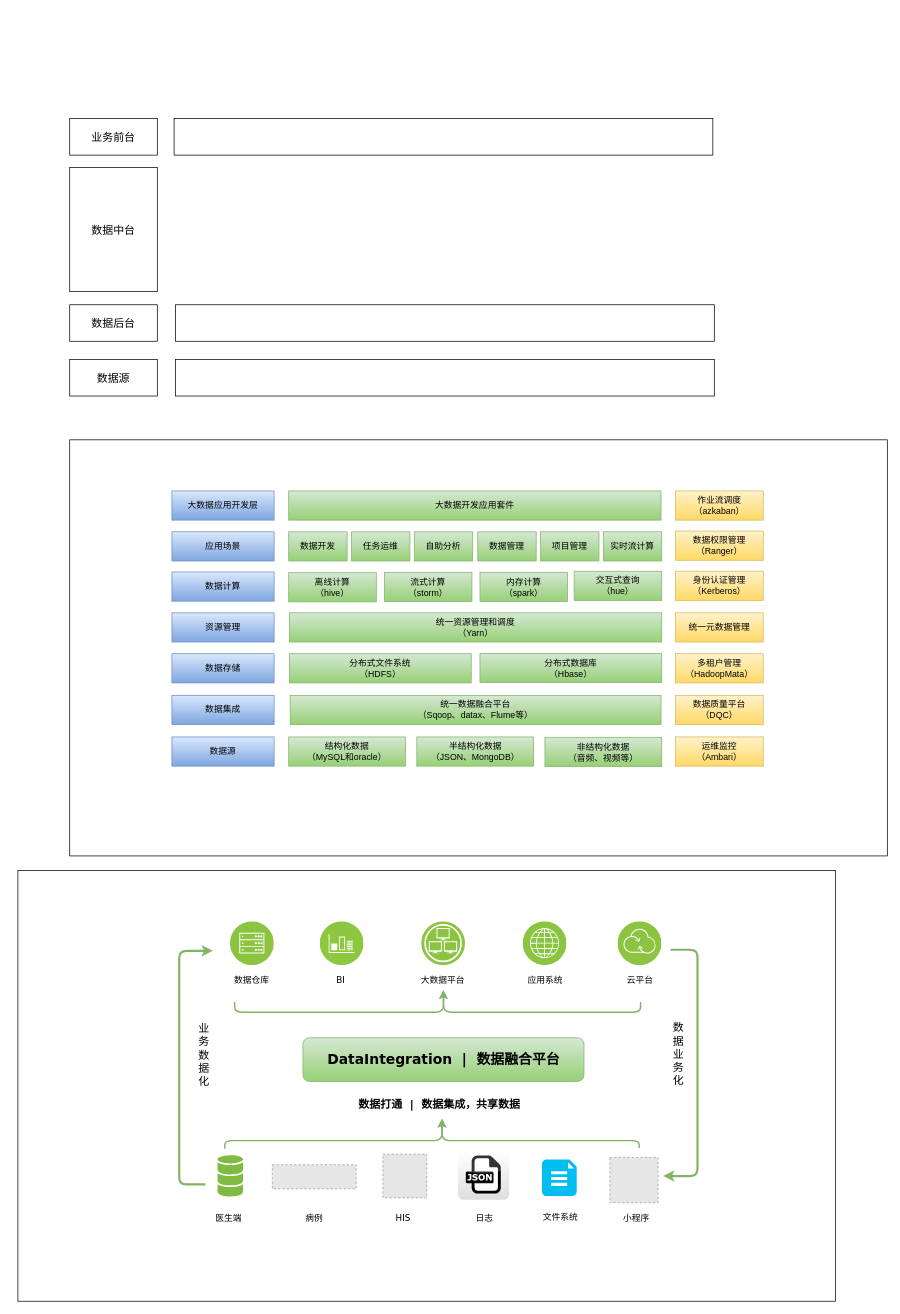
The draw.io diagram allinmd_data.drawio in vectorxu/draw.io, before the edit. Source tidied: cells renumbered, new cells numbered last; positions are measured from the earlier drawing's top-left corner, leaving out a move shared by most shapes. Both pictures are drawn from the tidied source at 73%, with x=0, y=0 at pixel (18, 118). Pictures stored in the file or linked from it are replaced by grey dashed boxes.
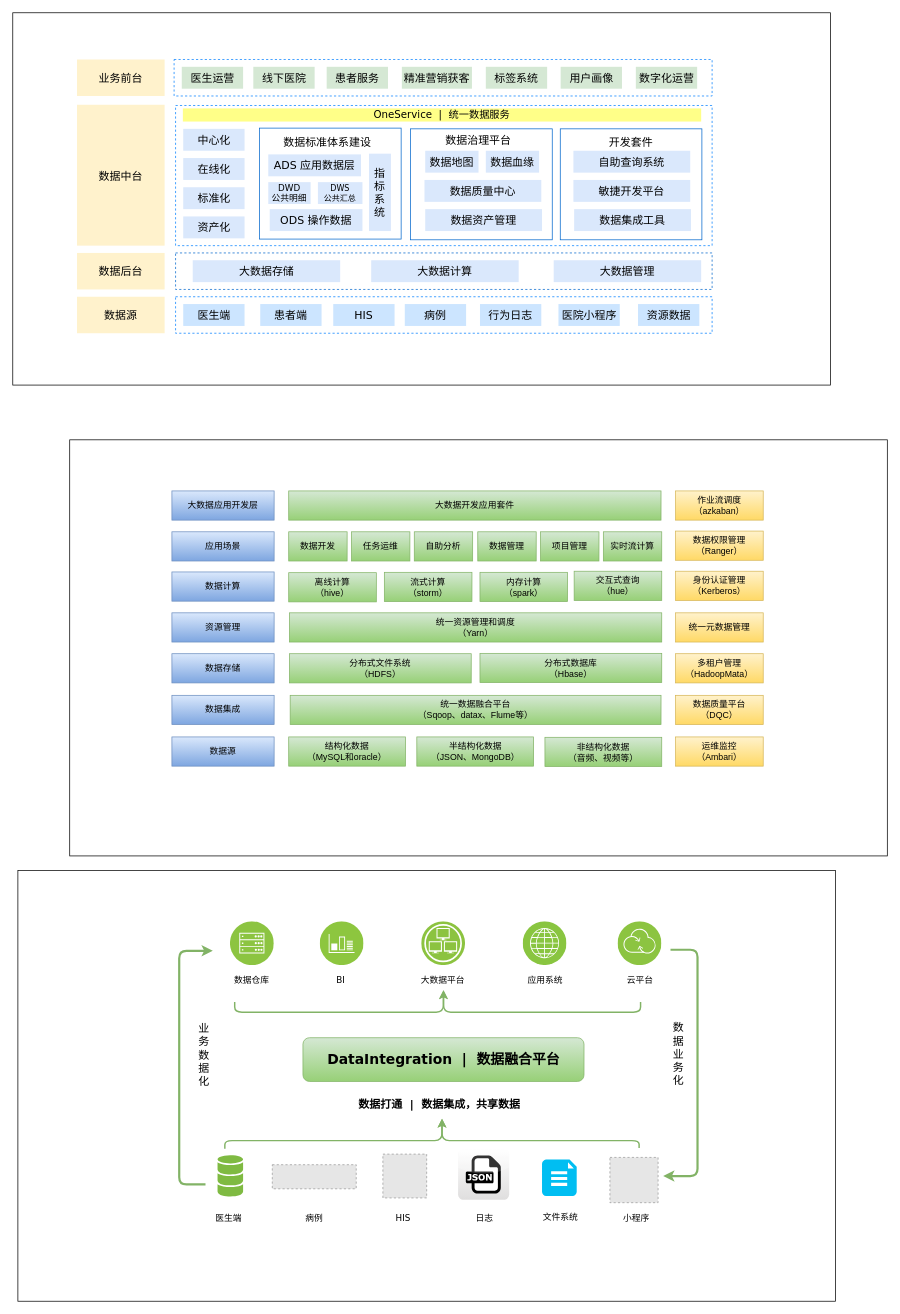
Above is the later version.

The edit, as a diff of the source:
```diff
@@
+    <mxCell id="75" style="rounded=0;whiteSpace=wrap;html=1;" parent="1" vertex="1">
+      <mxGeometry x="-7" y="-145" width="1120" height="510" as="geometry" />
+    </mxCell>
@@
-    <mxCell id="68" value="业务前台" style="rounded=0;whiteSpace=wrap;html=1;labelBackgroundColor=#ffffff;fillColor=#ffffff;gradientColor=#ffffff;fontFamily=Verdana;fontSize=15;fontColor=#000000;labelBorderColor=none;" parent="1" vertex="1">
-      <mxGeometry x="71" width="120" height="50" as="geometry" />
+    <mxCell id="68" value="业务前台" style="rounded=0;whiteSpace=wrap;html=1;labelBackgroundColor=none;fillColor=#fff2cc;fontFamily=Verdana;fontSize=15;labelBorderColor=none;strokeColor=none;" parent="1" vertex="1">
+      <mxGeometry x="81" y="-81" width="120" height="50" as="geometry" />
     </mxCell>
-    <mxCell id="69" style="rounded=0;whiteSpace=wrap;html=1;labelBackgroundColor=#ffffff;fillColor=#ffffff;gradientColor=#ffffff;fontFamily=Verdana;fontSize=15;fontColor=#000000;labelBorderColor=#000000;" parent="1" vertex="1">
-      <mxGeometry x="214" width="738" height="50" as="geometry" />
+    <mxCell id="69" style="rounded=0;whiteSpace=wrap;html=1;labelBackgroundColor=#ffffff;fillColor=#ffffff;gradientColor=#ffffff;fontFamily=Verdana;fontSize=15;fontColor=#000000;labelBorderColor=#000000;dashed=1;strokeColor=#007FFF;" parent="1" vertex="1">
+      <mxGeometry x="214" y="-81" width="737" height="50" as="geometry" />
     </mxCell>
-    <mxCell id="70" value="数据中台" style="rounded=0;whiteSpace=wrap;html=1;labelBackgroundColor=#ffffff;fillColor=#ffffff;gradientColor=#ffffff;fontFamily=Verdana;fontSize=15;fontColor=#000000;labelBorderColor=none;" parent="1" vertex="1">
-      <mxGeometry x="71" y="67" width="120" height="170" as="geometry" />
+    <mxCell id="70" value="数据中台" style="rounded=0;whiteSpace=wrap;html=1;labelBackgroundColor=none;fillColor=#fff2cc;fontFamily=Verdana;fontSize=15;labelBorderColor=none;strokeColor=none;gradientColor=none;strokeWidth=1;fontColor=#000000;" parent="1" vertex="1">
+      <mxGeometry x="81" y="-19" width="120" height="193" as="geometry" />
     </mxCell>
-    <mxCell id="71" value="数据后台" style="rounded=0;whiteSpace=wrap;html=1;labelBackgroundColor=#ffffff;fillColor=#ffffff;gradientColor=#ffffff;fontFamily=Verdana;fontSize=15;fontColor=#000000;labelBorderColor=none;" parent="1" vertex="1">
-      <mxGeometry x="71" y="255" width="120" height="50" as="geometry" />
+    <mxCell id="71" value="数据后台" style="rounded=0;whiteSpace=wrap;html=1;labelBackgroundColor=none;fillColor=#fff2cc;fontFamily=Verdana;fontSize=15;labelBorderColor=none;strokeColor=none;" parent="1" vertex="1">
+      <mxGeometry x="81" y="184" width="120" height="50" as="geometry" />
     </mxCell>
-    <mxCell id="72" style="rounded=0;whiteSpace=wrap;html=1;labelBackgroundColor=#ffffff;fillColor=#ffffff;gradientColor=#ffffff;fontFamily=Verdana;fontSize=15;fontColor=#000000;labelBorderColor=#000000;" parent="1" vertex="1">
-      <mxGeometry x="216" y="255" width="738" height="50" as="geometry" />
+    <mxCell id="72" style="rounded=0;whiteSpace=wrap;html=1;labelBackgroundColor=none;fontFamily=Verdana;fontSize=15;labelBorderColor=none;dashed=1;fillColor=#FFFFFF;strokeColor=#0066CC;" parent="1" vertex="1">
+      <mxGeometry x="216" y="184" width="735" height="50" as="geometry" />
     </mxCell>
-    <mxCell id="73" value="数据源" style="rounded=0;whiteSpace=wrap;html=1;labelBackgroundColor=#ffffff;fillColor=#ffffff;gradientColor=#ffffff;fontFamily=Verdana;fontSize=15;fontColor=#000000;labelBorderColor=none;" parent="1" vertex="1">
-      <mxGeometry x="71" y="330" width="120" height="50" as="geometry" />
+    <mxCell id="73" value="数据源" style="rounded=0;whiteSpace=wrap;html=1;labelBackgroundColor=none;fillColor=#fff2cc;fontFamily=Verdana;fontSize=15;labelBorderColor=none;strokeColor=none;" parent="1" vertex="1">
+      <mxGeometry x="81" y="244" width="120" height="50" as="geometry" />
     </mxCell>
-    <mxCell id="74" style="rounded=0;whiteSpace=wrap;html=1;labelBackgroundColor=#ffffff;fillColor=#ffffff;gradientColor=#ffffff;fontFamily=Verdana;fontSize=15;fontColor=#000000;labelBorderColor=#000000;" parent="1" vertex="1">
-      <mxGeometry x="216" y="330" width="738" height="50" as="geometry" />
+    <mxCell id="74" style="rounded=0;whiteSpace=wrap;html=1;labelBackgroundColor=#ffffff;fillColor=#ffffff;gradientColor=#ffffff;fontFamily=Verdana;fontSize=15;fontColor=#000000;labelBorderColor=#000000;dashed=1;strokeColor=#007FFF;" parent="1" vertex="1">
+      <mxGeometry x="216" y="244" width="735" height="50" as="geometry" />
     </mxCell>
+    <mxCell id="76" style="rounded=0;whiteSpace=wrap;html=1;labelBackgroundColor=#ffffff;fillColor=#ffffff;gradientColor=#ffffff;fontFamily=Verdana;fontSize=15;fontColor=#000000;labelBorderColor=none;dashed=1;strokeColor=#007FFF;" parent="1" vertex="1">
+      <mxGeometry x="216" y="-18" width="735" height="192" as="geometry" />
+    </mxCell>
+    <mxCell id="77" value="数字化运营" style="rounded=0;whiteSpace=wrap;html=1;labelBackgroundColor=none;fillColor=#d5e8d4;fontFamily=Verdana;fontSize=15;strokeColor=none;" parent="1" vertex="1">
+      <mxGeometry x="846.5" y="-71" width="84" height="30" as="geometry" />
+    </mxCell>
+    <mxCell id="78" value="标签系统" style="rounded=0;whiteSpace=wrap;html=1;labelBackgroundColor=none;fillColor=#d5e8d4;fontFamily=Verdana;fontSize=15;strokeColor=none;" parent="1" vertex="1">
+      <mxGeometry x="641" y="-71" width="84" height="30" as="geometry" />
+    </mxCell>
+    <mxCell id="79" value="精准营销获客" style="rounded=0;whiteSpace=wrap;html=1;labelBackgroundColor=none;fillColor=#d5e8d4;fontFamily=Verdana;fontSize=15;strokeColor=none;" parent="1" vertex="1">
+      <mxGeometry x="526" y="-71" width="96" height="30" as="geometry" />
+    </mxCell>
+    <mxCell id="80" value="用户画像" style="rounded=0;whiteSpace=wrap;html=1;labelBackgroundColor=none;fillColor=#d5e8d4;fontFamily=Verdana;fontSize=15;strokeColor=none;" parent="1" vertex="1">
+      <mxGeometry x="743.5" y="-71" width="84" height="30" as="geometry" />
+    </mxCell>
+    <mxCell id="81" value="线下医院" style="rounded=0;whiteSpace=wrap;html=1;labelBackgroundColor=none;fillColor=#d5e8d4;fontFamily=Verdana;fontSize=15;strokeColor=none;" parent="1" vertex="1">
+      <mxGeometry x="322.5" y="-71" width="84" height="30" as="geometry" />
+    </mxCell>
+    <mxCell id="82" value="患者服务" style="rounded=0;whiteSpace=wrap;html=1;labelBackgroundColor=none;fillColor=#d5e8d4;fontFamily=Verdana;fontSize=15;strokeColor=none;" parent="1" vertex="1">
+      <mxGeometry x="423" y="-71" width="84" height="30" as="geometry" />
+    </mxCell>
+    <mxCell id="83" value="医生运营" style="rounded=0;whiteSpace=wrap;html=1;labelBackgroundColor=none;fillColor=#d5e8d4;fontFamily=Verdana;fontSize=15;strokeColor=none;" parent="1" vertex="1">
+      <mxGeometry x="224.5" y="-71" width="84" height="30" as="geometry" />
+    </mxCell>
+    <mxCell id="84" value="医生端" style="rounded=0;whiteSpace=wrap;html=1;labelBackgroundColor=none;fillColor=#cce5ff;fontFamily=Verdana;fontSize=15;strokeColor=none;" parent="1" vertex="1">
+      <mxGeometry x="226.5" y="254" width="84" height="30" as="geometry" />
+    </mxCell>
+    <mxCell id="85" value="患者端" style="rounded=0;whiteSpace=wrap;html=1;labelBackgroundColor=none;fillColor=#cce5ff;fontFamily=Verdana;fontSize=15;strokeColor=none;" parent="1" vertex="1">
+      <mxGeometry x="332" y="254" width="84" height="30" as="geometry" />
+    </mxCell>
+    <mxCell id="86" value="HIS" style="rounded=0;whiteSpace=wrap;html=1;labelBackgroundColor=none;fillColor=#cce5ff;fontFamily=Verdana;fontSize=15;strokeColor=none;" parent="1" vertex="1">
+      <mxGeometry x="432" y="254" width="84" height="30" as="geometry" />
+    </mxCell>
+    <mxCell id="87" value="病例" style="rounded=0;whiteSpace=wrap;html=1;labelBackgroundColor=none;fillColor=#cce5ff;fontFamily=Verdana;fontSize=15;strokeColor=none;" parent="1" vertex="1">
+      <mxGeometry x="530" y="254" width="84" height="30" as="geometry" />
+    </mxCell>
+    <mxCell id="88" value="行为日志" style="rounded=0;whiteSpace=wrap;html=1;labelBackgroundColor=none;fillColor=#cce5ff;fontFamily=Verdana;fontSize=15;strokeColor=none;" parent="1" vertex="1">
+      <mxGeometry x="633" y="254" width="84" height="30" as="geometry" />
+    </mxCell>
+    <mxCell id="89" value="医院小程序" style="rounded=0;whiteSpace=wrap;html=1;labelBackgroundColor=none;fillColor=#cce5ff;fontFamily=Verdana;fontSize=15;strokeColor=none;" parent="1" vertex="1">
+      <mxGeometry x="740.5" y="254" width="84" height="30" as="geometry" />
+    </mxCell>
+    <mxCell id="90" value="资源数据" style="rounded=0;whiteSpace=wrap;html=1;labelBackgroundColor=none;fillColor=#cce5ff;fontFamily=Verdana;fontSize=15;strokeColor=none;" parent="1" vertex="1">
+      <mxGeometry x="849.5" y="254" width="84" height="30" as="geometry" />
+    </mxCell>
+    <mxCell id="91" value="&lt;font style=&quot;font-size: 14px;&quot;&gt;OneService&amp;nbsp; |&amp;nbsp; 统一数据服务&lt;/font&gt;" style="rounded=0;whiteSpace=wrap;html=1;labelBackgroundColor=none;fillColor=#ffff88;fontFamily=Verdana;fontSize=14;verticalAlign=middle;strokeColor=none;" parent="1" vertex="1">
+      <mxGeometry x="226" y="-14" width="710" height="18" as="geometry" />
+    </mxCell>
+    <mxCell id="92" value="中心化" style="rounded=0;whiteSpace=wrap;html=1;labelBackgroundColor=none;fillColor=#dae8fc;fontFamily=Verdana;fontSize=15;strokeColor=none;" parent="1" vertex="1">
+      <mxGeometry x="226.5" y="14" width="84" height="30" as="geometry" />
+    </mxCell>
+    <mxCell id="93" value="在线化" style="rounded=0;whiteSpace=wrap;html=1;labelBackgroundColor=none;fillColor=#dae8fc;fontFamily=Verdana;fontSize=15;strokeColor=none;" parent="1" vertex="1">
+      <mxGeometry x="226.5" y="54" width="84" height="30" as="geometry" />
+    </mxCell>
+    <mxCell id="94" value="标准化" style="rounded=0;whiteSpace=wrap;html=1;labelBackgroundColor=none;fillColor=#dae8fc;fontFamily=Verdana;fontSize=15;strokeColor=none;" parent="1" vertex="1">
+      <mxGeometry x="226.5" y="94" width="84" height="30" as="geometry" />
+    </mxCell>
+    <mxCell id="95" value="资产化" style="rounded=0;whiteSpace=wrap;html=1;labelBackgroundColor=none;fillColor=#dae8fc;fontFamily=Verdana;fontSize=15;strokeColor=none;" parent="1" vertex="1">
+      <mxGeometry x="226.5" y="134" width="84" height="30" as="geometry" />
+    </mxCell>
+    <mxCell id="96" style="rounded=0;whiteSpace=wrap;html=1;labelBackgroundColor=#ffffff;fillColor=#ffffff;gradientColor=#ffffff;fontFamily=Verdana;fontSize=15;fontColor=#000000;labelBorderColor=none;strokeColor=#0066CC;" parent="1" vertex="1">
+      <mxGeometry x="331" y="13" width="194" height="152" as="geometry" />
+    </mxCell>
+    <mxCell id="97" style="rounded=0;whiteSpace=wrap;html=1;labelBackgroundColor=#ffffff;fillColor=#ffffff;gradientColor=#ffffff;fontFamily=Verdana;fontSize=15;fontColor=#000000;labelBorderColor=none;strokeColor=#0066CC;" parent="1" vertex="1">
+      <mxGeometry x="538" y="14" width="194" height="152" as="geometry" />
+    </mxCell>
+    <mxCell id="98" style="rounded=0;whiteSpace=wrap;html=1;labelBackgroundColor=#ffffff;fillColor=#ffffff;gradientColor=#ffffff;fontFamily=Verdana;fontSize=15;fontColor=#000000;labelBorderColor=none;strokeColor=#0066CC;" parent="1" vertex="1">
+      <mxGeometry x="743" y="14" width="194" height="152" as="geometry" />
+    </mxCell>
+    <mxCell id="99" value="自助查询系统" style="rounded=0;whiteSpace=wrap;html=1;labelBackgroundColor=none;fillColor=#dae8fc;fontFamily=Verdana;fontSize=15;strokeColor=none;" parent="1" vertex="1">
+      <mxGeometry x="761" y="44" width="160" height="30" as="geometry" />
+    </mxCell>
+    <mxCell id="100" value="敏捷开发平台" style="rounded=0;whiteSpace=wrap;html=1;labelBackgroundColor=none;fillColor=#dae8fc;fontFamily=Verdana;fontSize=15;strokeColor=none;" parent="1" vertex="1">
+      <mxGeometry x="761" y="84" width="160" height="30" as="geometry" />
+    </mxCell>
+    <mxCell id="101" value="数据集成工具" style="rounded=0;whiteSpace=wrap;html=1;labelBackgroundColor=none;fillColor=#dae8fc;fontFamily=Verdana;fontSize=15;strokeColor=none;" parent="1" vertex="1">
+      <mxGeometry x="762" y="124" width="160" height="30" as="geometry" />
+    </mxCell>
+    <mxCell id="102" value="数据资产管理" style="rounded=0;whiteSpace=wrap;html=1;labelBackgroundColor=none;fillColor=#dae8fc;fontFamily=Verdana;fontSize=15;strokeColor=none;" parent="1" vertex="1">
+      <mxGeometry x="558" y="124" width="160" height="30" as="geometry" />
+    </mxCell>
+    <mxCell id="103" value="数据质量中心" style="rounded=0;whiteSpace=wrap;html=1;labelBackgroundColor=none;fillColor=#dae8fc;fontFamily=Verdana;fontSize=15;strokeColor=none;" parent="1" vertex="1">
+      <mxGeometry x="557" y="84" width="160" height="30" as="geometry" />
+    </mxCell>
+    <mxCell id="104" value="数据地图" style="rounded=0;whiteSpace=wrap;html=1;labelBackgroundColor=none;fillColor=#dae8fc;fontFamily=Verdana;fontSize=15;strokeColor=none;" parent="1" vertex="1">
+      <mxGeometry x="558" y="44" width="73" height="30" as="geometry" />
+    </mxCell>
+    <mxCell id="105" value="数据血缘" style="rounded=0;whiteSpace=wrap;html=1;labelBackgroundColor=none;fillColor=#dae8fc;fontFamily=Verdana;fontSize=15;strokeColor=none;" parent="1" vertex="1">
+      <mxGeometry x="641" y="44" width="73" height="30" as="geometry" />
+    </mxCell>
+    <mxCell id="106" value="ODS 操作数据" style="rounded=0;whiteSpace=wrap;html=1;labelBackgroundColor=none;fillColor=#dae8fc;fontFamily=Verdana;fontSize=15;strokeColor=none;" parent="1" vertex="1">
+      <mxGeometry x="345" y="124" width="127" height="30" as="geometry" />
+    </mxCell>
+    <mxCell id="107" value="ADS 应用数据层" style="rounded=0;whiteSpace=wrap;html=1;labelBackgroundColor=none;fillColor=#dae8fc;fontFamily=Verdana;fontSize=15;strokeColor=none;" parent="1" vertex="1">
+      <mxGeometry x="343" y="49" width="127" height="30" as="geometry" />
+    </mxCell>
+    <mxCell id="108" value="DWD&lt;br style=&quot;font-size: 12px&quot;&gt;公共明细" style="rounded=0;whiteSpace=wrap;html=1;labelBackgroundColor=none;fillColor=#dae8fc;fontFamily=Verdana;fontSize=12;strokeColor=none;" parent="1" vertex="1">
+      <mxGeometry x="343" y="87" width="58" height="30" as="geometry" />
+    </mxCell>
+    <mxCell id="109" value="DWS&lt;br&gt;公共汇总" style="rounded=0;whiteSpace=wrap;html=1;labelBackgroundColor=none;fillColor=#dae8fc;fontFamily=Verdana;fontSize=11;strokeColor=none;" parent="1" vertex="1">
+      <mxGeometry x="411" y="87" width="61" height="30" as="geometry" />
+    </mxCell>
+    <mxCell id="110" value="指标系统" style="rounded=0;whiteSpace=wrap;html=1;labelBackgroundColor=none;fillColor=#dae8fc;fontFamily=Verdana;fontSize=15;strokeColor=none;direction=west;" parent="1" vertex="1">
+      <mxGeometry x="481" y="48" width="30" height="106" as="geometry" />
+    </mxCell>
+    <mxCell id="111" value="数据标准体系建设" style="text;html=1;strokeColor=none;fillColor=none;align=center;verticalAlign=middle;whiteSpace=wrap;rounded=0;labelBackgroundColor=#ffffff;fontFamily=Verdana;fontSize=15;fontColor=#000000;" parent="1" vertex="1">
+      <mxGeometry x="357" y="22" width="134" height="20" as="geometry" />
+    </mxCell>
+    <mxCell id="112" value="数据治理平台" style="text;html=1;strokeColor=none;fillColor=none;align=center;verticalAlign=middle;whiteSpace=wrap;rounded=0;labelBackgroundColor=#ffffff;fontFamily=Verdana;fontSize=15;fontColor=#000000;" parent="1" vertex="1">
+      <mxGeometry x="564" y="19" width="134" height="20" as="geometry" />
+    </mxCell>
+    <mxCell id="113" value="开发套件" style="text;html=1;strokeColor=none;fillColor=none;align=center;verticalAlign=middle;whiteSpace=wrap;rounded=0;labelBackgroundColor=#ffffff;fontFamily=Verdana;fontSize=15;fontColor=#000000;" parent="1" vertex="1">
+      <mxGeometry x="773" y="22" width="134" height="20" as="geometry" />
+    </mxCell>
+    <mxCell id="114" value="&lt;span style=&quot;white-space: normal&quot;&gt;大数据存储&lt;/span&gt;" style="rounded=0;whiteSpace=wrap;html=1;labelBackgroundColor=none;strokeColor=none;strokeWidth=1;fillColor=#dae8fc;fontFamily=Verdana;fontSize=15;" parent="1" vertex="1">
+      <mxGeometry x="239.5" y="194" width="202" height="30" as="geometry" />
+    </mxCell>
+    <mxCell id="115" value="&lt;span style=&quot;white-space: normal&quot;&gt;大数据计算&lt;/span&gt;" style="rounded=0;whiteSpace=wrap;html=1;labelBackgroundColor=none;strokeColor=none;strokeWidth=1;fillColor=#dae8fc;fontFamily=Verdana;fontSize=15;" parent="1" vertex="1">
+      <mxGeometry x="484" y="194" width="202" height="30" as="geometry" />
+    </mxCell>
+    <mxCell id="116" value="&lt;span style=&quot;white-space: normal&quot;&gt;大数据管理&lt;/span&gt;" style="rounded=0;whiteSpace=wrap;html=1;labelBackgroundColor=none;strokeColor=none;strokeWidth=1;fillColor=#dae8fc;fontFamily=Verdana;fontSize=15;" parent="1" vertex="1">
+      <mxGeometry x="734" y="194" width="202" height="30" as="geometry" />
+    </mxCell>
```
